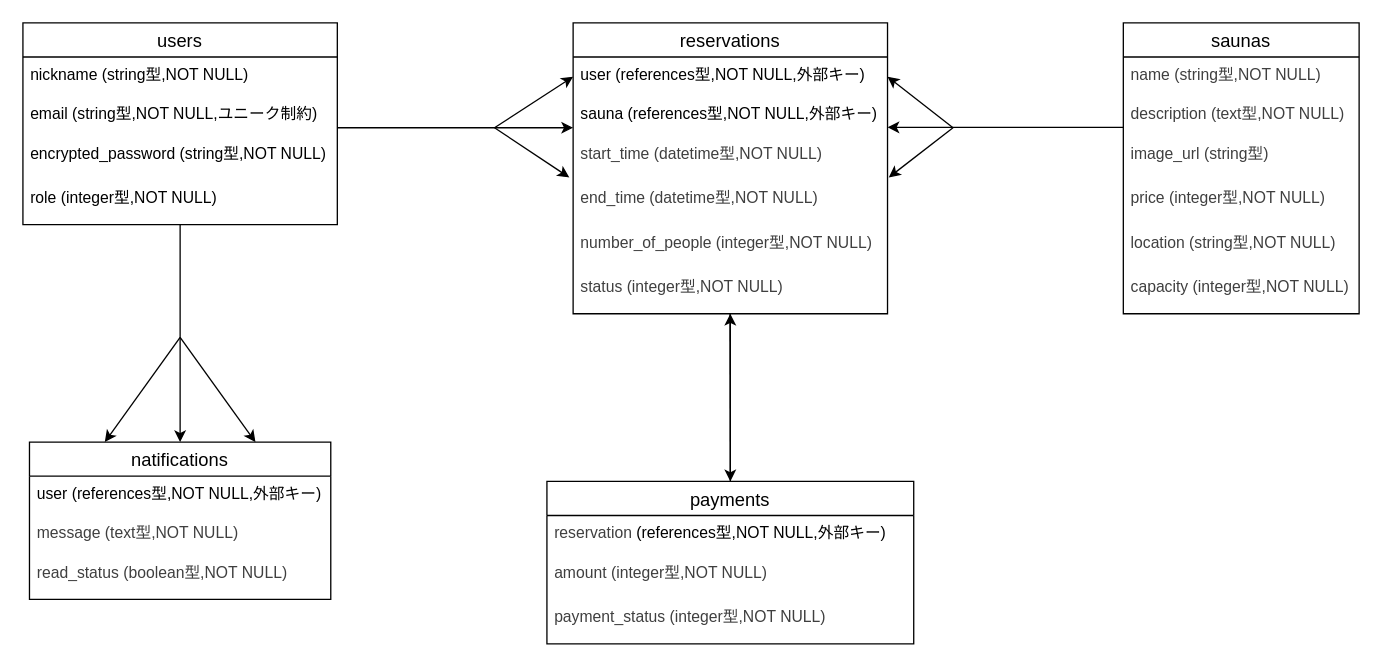
This is er.dio from r18911/sauna-app, a draw.io file, before an edit. Source tidied: cells renumbered, new cells numbered last; positions are measured from the earlier drawing's top-left corner, leaving out a move shared by most shapes. Both pictures are drawn from the tidied source at 131%, with x=0, y=0 at pixel (22, 22).
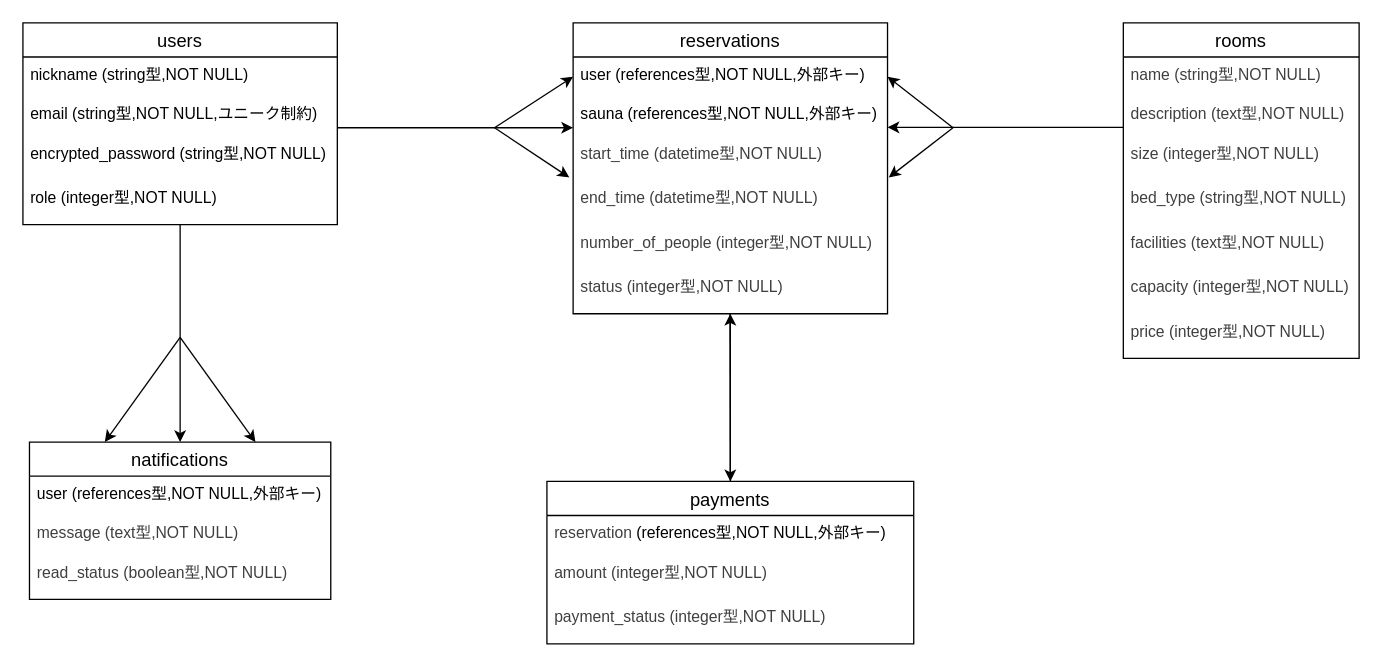
The same diagram, later.

Change to the diagram source:
```diff
@@
-    <mxCell id="17" value="saunas" style="swimlane;fontStyle=0;horizontal=1;startSize=26;align=center;fontSize=14;" parent="1" vertex="1">
-      <mxGeometry x="840" width="180" height="222" as="geometry" />
+    <mxCell id="17" value="rooms" style="swimlane;fontStyle=0;horizontal=1;startSize=26;align=center;fontSize=14;" parent="1" vertex="1">
+      <mxGeometry x="840" width="180" height="256" as="geometry" />
     </mxCell>
@@
-    <mxCell id="20" value="&lt;span style=&quot;color: rgb(63, 63, 63);&quot;&gt;image_url (string型)&lt;/span&gt;" style="text;strokeColor=none;fillColor=none;spacingLeft=4;spacingRight=4;overflow=hidden;fontSize=12;whiteSpace=wrap;html=1;" parent="17" vertex="1">
+    <mxCell id="20" value="&lt;span style=&quot;color: rgb(63, 63, 63);&quot;&gt;size (integer型,NOT NULL)&lt;/span&gt;" style="text;strokeColor=none;fillColor=none;spacingLeft=4;spacingRight=4;overflow=hidden;fontSize=12;whiteSpace=wrap;html=1;" parent="17" vertex="1">
       <mxGeometry y="86" width="180" height="34" as="geometry" />
     </mxCell>
+    <mxCell id="40" value="&lt;span style=&quot;color: rgb(63, 63, 63);&quot;&gt;bed_type (string型,NOT NULL)&lt;/span&gt;" style="text;strokeColor=none;fillColor=none;spacingLeft=4;spacingRight=4;overflow=hidden;fontSize=12;whiteSpace=wrap;html=1;" parent="17" vertex="1">
+      <mxGeometry y="120" width="180" height="34" as="geometry" />
+    </mxCell>
+    <mxCell id="41" value="&lt;span style=&quot;color: rgb(63, 63, 63);&quot;&gt;facilities (text型,NOT NULL)&lt;/span&gt;" style="text;strokeColor=none;fillColor=none;spacingLeft=4;spacingRight=4;overflow=hidden;fontSize=12;whiteSpace=wrap;html=1;" parent="17" vertex="1">
+      <mxGeometry y="154" width="180" height="34" as="geometry" />
+    </mxCell>
-    <mxCell id="21" value="&lt;span style=&quot;color: rgb(63, 63, 63);&quot;&gt;price (integer型,NOT NULL)&lt;/span&gt;" style="text;strokeColor=none;fillColor=none;spacingLeft=4;spacingRight=4;overflow=hidden;fontSize=12;whiteSpace=wrap;html=1;" parent="17" vertex="1">
-      <mxGeometry y="120" width="180" height="34" as="geometry" />
+    <mxCell id="21" value="&lt;span style=&quot;color: rgb(63, 63, 63);&quot;&gt;capacity (integer型,NOT NULL)&lt;/span&gt;" style="text;strokeColor=none;fillColor=none;spacingLeft=4;spacingRight=4;overflow=hidden;fontSize=12;whiteSpace=wrap;html=1;" parent="17" vertex="1">
+      <mxGeometry y="188" width="180" height="34" as="geometry" />
     </mxCell>
-    <mxCell id="22" value="&lt;span style=&quot;color: rgb(63, 63, 63);&quot;&gt;location (string型,NOT NULL)&lt;/span&gt;" style="text;strokeColor=none;fillColor=none;spacingLeft=4;spacingRight=4;overflow=hidden;fontSize=12;whiteSpace=wrap;html=1;" parent="17" vertex="1">
-      <mxGeometry y="154" width="180" height="34" as="geometry" />
-    </mxCell>
-    <mxCell id="23" value="&lt;span style=&quot;color: rgb(63, 63, 63);&quot;&gt;capacity (integer型,NOT NULL)&lt;/span&gt;" style="text;strokeColor=none;fillColor=none;spacingLeft=4;spacingRight=4;overflow=hidden;fontSize=12;whiteSpace=wrap;html=1;" parent="17" vertex="1">
-      <mxGeometry y="188" width="180" height="34" as="geometry" />
-    </mxCell>
+    <mxCell id="42" value="&lt;span style=&quot;color: rgb(63, 63, 63);&quot;&gt;price (integer型,NOT NULL)&lt;/span&gt;" style="text;strokeColor=none;fillColor=none;spacingLeft=4;spacingRight=4;overflow=hidden;fontSize=12;whiteSpace=wrap;html=1;" parent="17" vertex="1">
+      <mxGeometry y="222" width="180" height="34" as="geometry" />
+    </mxCell>
```
